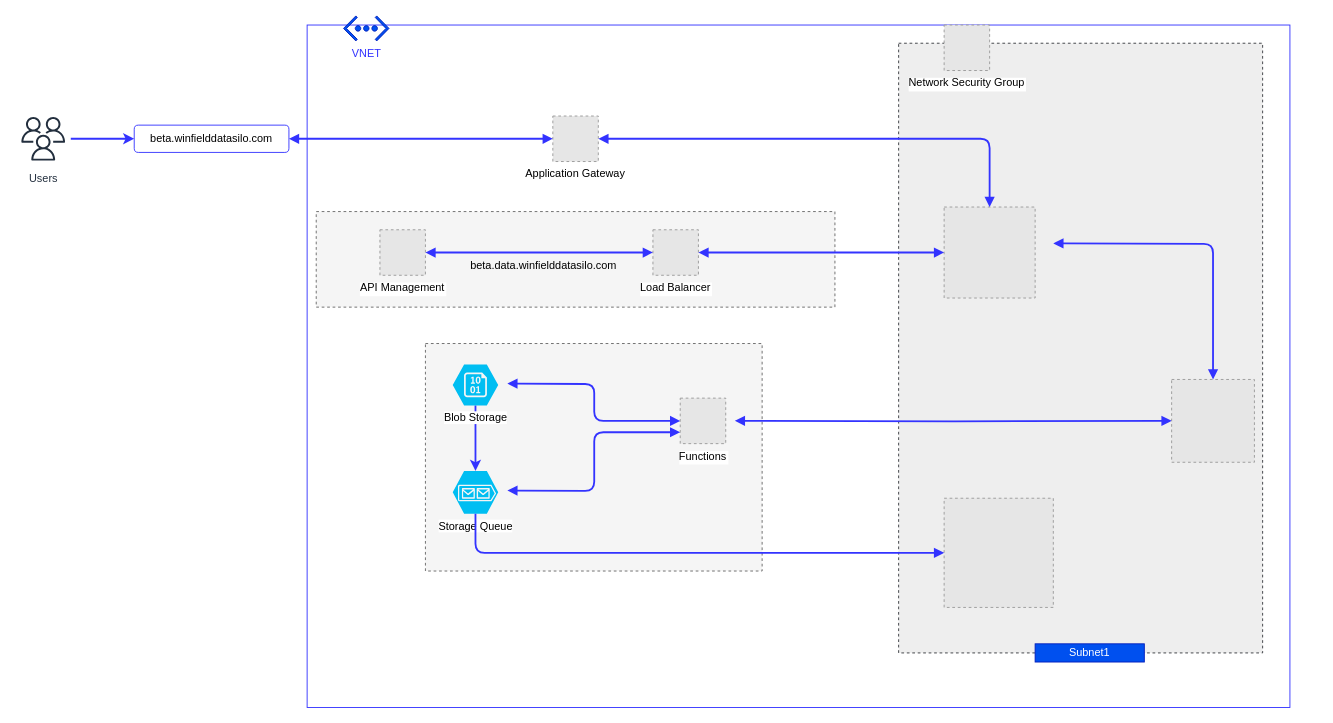
Above: Untitled Diagram.drawio in satishvenu/Test-Repo (draw.io), before the change. Source tidied: cells renumbered, new cells numbered last; positions are measured from the earlier drawing's top-left corner, leaving out a move shared by most shapes. Both pictures are drawn from the tidied source at 91%, with x=0, y=0 at pixel (15, 15). Pictures stored in the file or linked from it are replaced by grey dashed boxes.
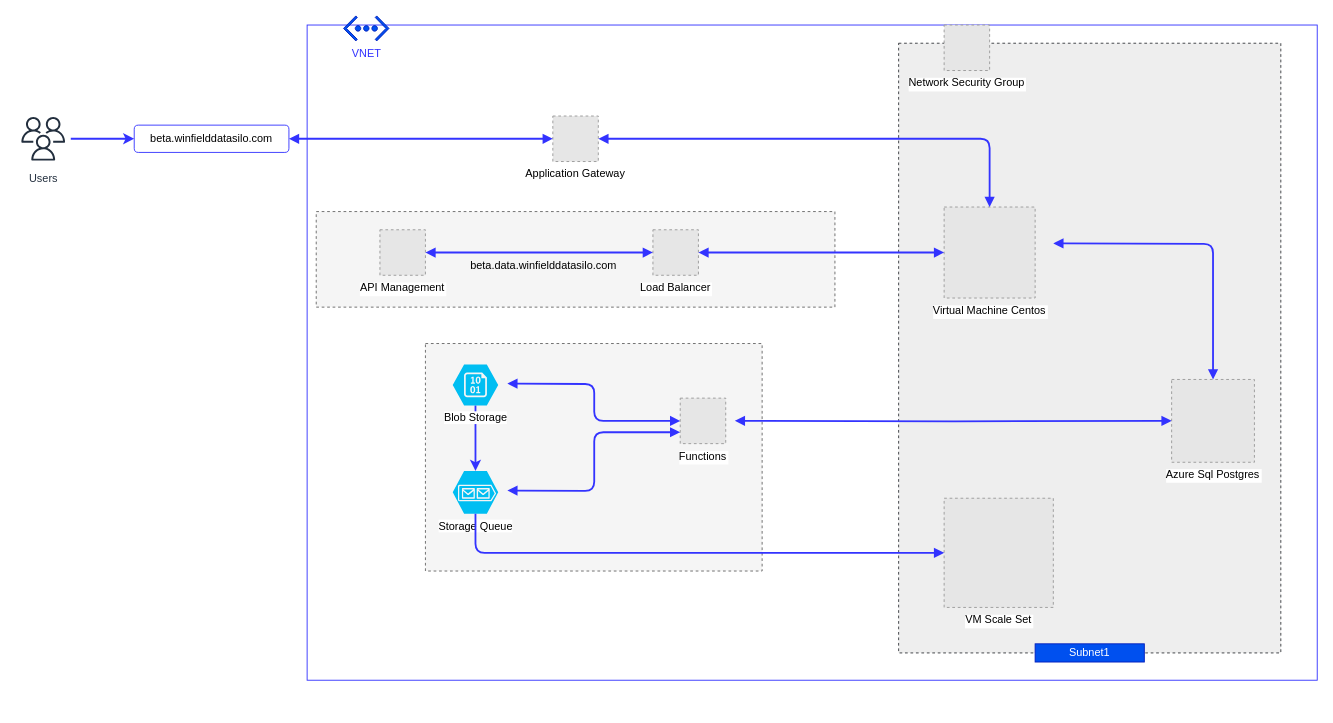
The same diagram, later.

What changed in the source:
```diff
@@
     <mxCell id="2" style="html=1;whiteSpace=wrap;fontSize=12;fontStyle=0;verticalAlign=top;align=center;spacingTop=3;strokeColor=#3333FF;" parent="1" vertex="1">
-      <mxGeometry x="320" y="10" width="1080" height="750" as="geometry" />
+      <mxGeometry x="320" y="10" width="1110" height="720" as="geometry" />
     </mxCell>
@@
     <mxCell id="5" style="html=1;whiteSpace=wrap;fontSize=12;fontStyle=0;verticalAlign=top;align=center;dashed=1;spacingTop=3;fillColor=#eeeeee;strokeColor=#36393d;" parent="1" vertex="1">
-      <mxGeometry x="970" y="30" width="400" height="670" as="geometry" />
+      <mxGeometry x="970" y="30" width="420" height="670" as="geometry" />
     </mxCell>
-    <mxCell id="6" style="fillColor=#E6E6E6;strokeColor=#999999;dashed=1;verticalLabelPosition=bottom;labelBackgroundColor=#ffffff;verticalAlign=top;" parent="1" vertex="1">
+    <mxCell id="6" value="Virtual Machine Centos" style="fillColor=#E6E6E6;strokeColor=#999999;dashed=1;verticalLabelPosition=bottom;labelBackgroundColor=#ffffff;verticalAlign=top;" parent="1" vertex="1">
       <mxGeometry x="1020" y="210" width="100" height="100" as="geometry" />
     </mxCell>
-    <mxCell id="7" style="fillColor=#E6E6E6;strokeColor=#999999;dashed=1;verticalLabelPosition=bottom;labelBackgroundColor=#ffffff;verticalAlign=top;" parent="1" vertex="1">
+    <mxCell id="7" value="VM Scale Set" style="fillColor=#E6E6E6;strokeColor=#999999;dashed=1;verticalLabelPosition=bottom;labelBackgroundColor=#ffffff;verticalAlign=top;" parent="1" vertex="1">
       <mxGeometry x="1020" y="530" width="120" height="120" as="geometry" />
     </mxCell>
-    <mxCell id="8" style="fillColor=#E6E6E6;strokeColor=#999999;dashed=1;verticalLabelPosition=bottom;labelBackgroundColor=#ffffff;verticalAlign=top;" parent="1" vertex="1">
+    <mxCell id="8" value="Azure Sql Postgres" style="fillColor=#E6E6E6;strokeColor=#999999;dashed=1;verticalLabelPosition=bottom;labelBackgroundColor=#ffffff;verticalAlign=top;" parent="1" vertex="1">
       <mxGeometry x="1270" y="399.5" width="91" height="91" as="geometry" />
     </mxCell>
@@
-    <mxCell id="25" value="Network Security Group" style="fillColor=#E6E6E6;strokeColor=#999999;dashed=1;verticalLabelPosition=bottom;labelBackgroundColor=#ffffff;verticalAlign=top;" parent="1" vertex="1">
-      <mxGeometry x="1020" y="10" width="50" height="50" as="geometry" />
-    </mxCell>
@@
+    <mxCell id="25" value="Network Security Group" style="fillColor=#E6E6E6;strokeColor=#999999;dashed=1;verticalLabelPosition=bottom;labelBackgroundColor=#ffffff;verticalAlign=top;" parent="1" vertex="1">
+      <mxGeometry x="1020" y="10" width="50" height="50" as="geometry" />
+    </mxCell>
```
